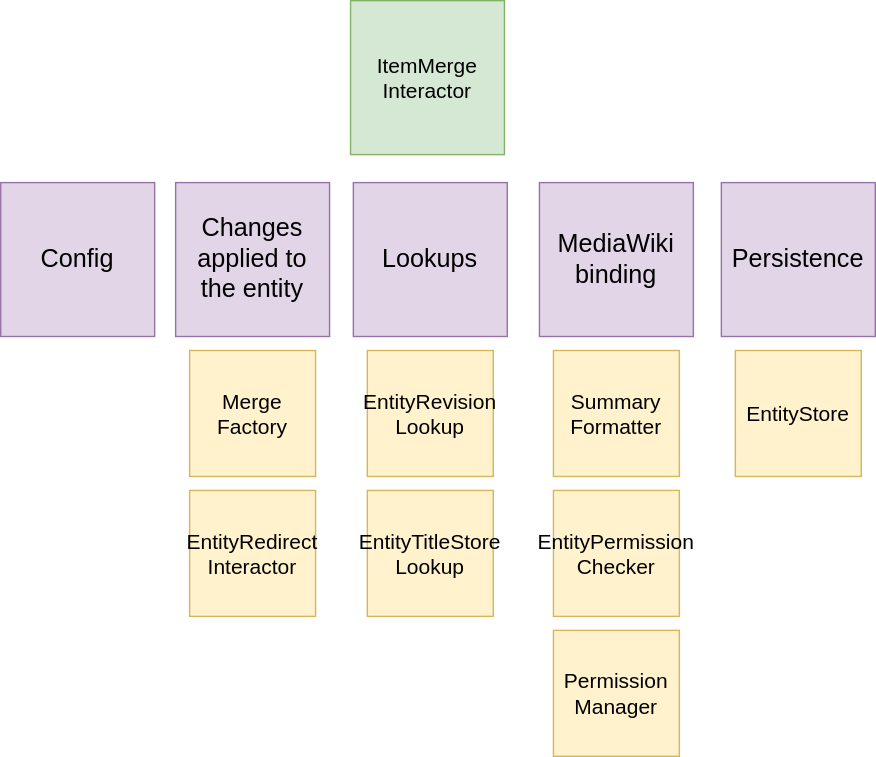
Before: systems/WikibaseRepo/diagrams/05-interactor-itemmerge.drawio.svg, a diagram exported from draw.io (wmde/wikidata-wikibase-architecture). Source tidied: cells renumbered, new cells last; positions are measured from the earlier drawing's top-left corner, leaving out a move shared by most shapes.
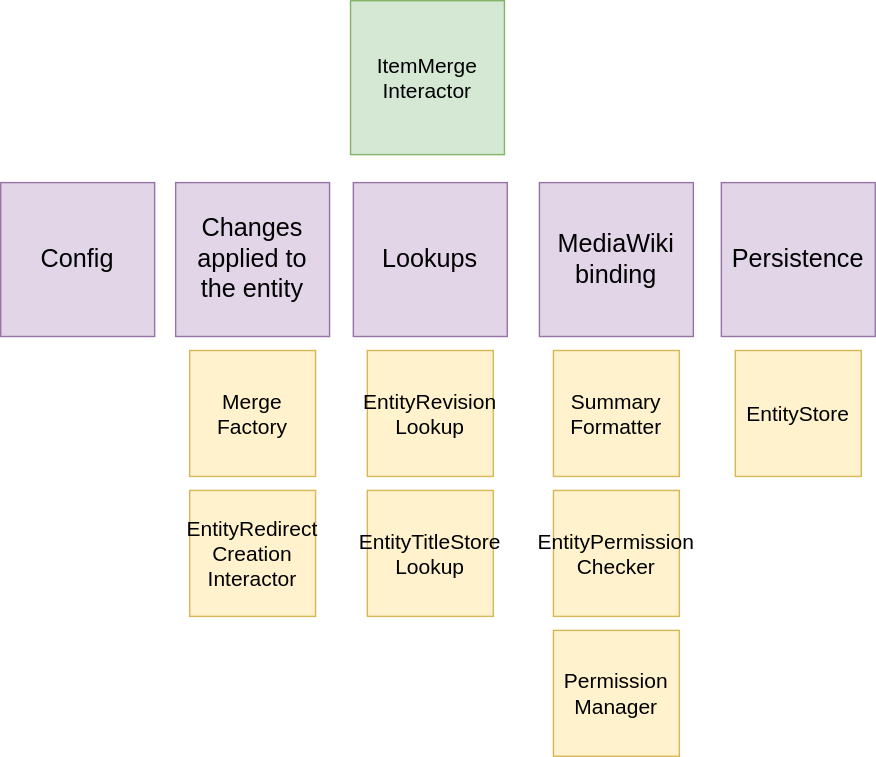
After the change.

Diff of the diagram source:
```diff
@@ -20,7 +20,7 @@
     <mxCell id="7" value="Changes applied to the entity" style="whiteSpace=wrap;html=1;fillColor=#e1d5e7;strokeColor=#9673a6;fontSize=18;fontStyle=0;" parent="1" vertex="1">
       <mxGeometry x="125" y="130" width="110" height="110" as="geometry" />
     </mxCell>
-    <mxCell id="8" value="&lt;div style=&quot;font-size: 15px&quot;&gt;EntityRedirect&lt;/div&gt;&lt;div style=&quot;font-size: 15px&quot;&gt;Interactor&lt;/div&gt;" style="whiteSpace=wrap;html=1;fillColor=#fff2cc;strokeColor=#d6b656;fontSize=15;fontStyle=0;" parent="1" vertex="1">
+    <mxCell id="8" value="&lt;div style=&quot;font-size: 15px&quot;&gt;EntityRedirect&lt;/div&gt;&lt;div style=&quot;font-size: 15px&quot;&gt;Creation&lt;/div&gt;&lt;div style=&quot;font-size: 15px&quot;&gt;Interactor&lt;/div&gt;" style="whiteSpace=wrap;html=1;fillColor=#fff2cc;strokeColor=#d6b656;fontSize=15;fontStyle=0;" parent="1" vertex="1">
       <mxGeometry x="135" y="350" width="90" height="90" as="geometry" />
     </mxCell>
     <mxCell id="9" value="&lt;div style=&quot;font-size: 15px&quot;&gt;EntityRevision&lt;/div&gt;&lt;div style=&quot;font-size: 15px&quot;&gt;Lookup&lt;/div&gt;" style="whiteSpace=wrap;html=1;fillColor=#fff2cc;strokeColor=#d6b656;fontSize=15;fontStyle=0;" parent="1" vertex="1">
```
